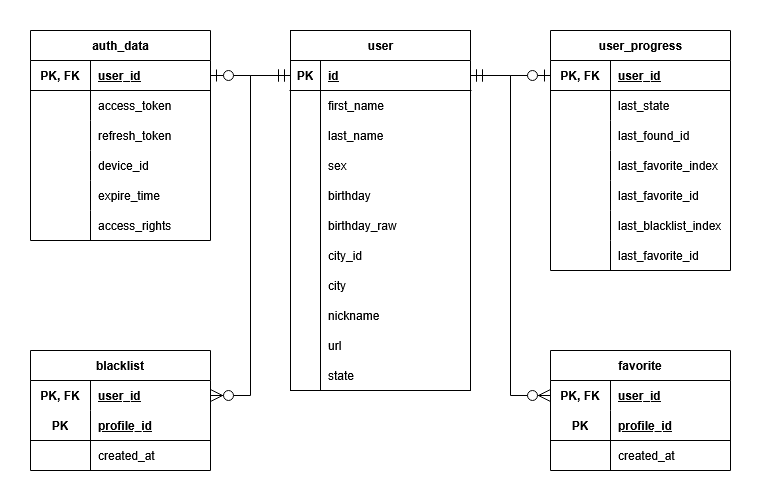
This is db_diagram.png from andrey0722/vkinder-vk-bot, a draw.io export, as it was before one commit. Source tidied: cells renumbered, new cells last; positions are measured from the earlier drawing's top-left corner, leaving out a move shared by most shapes.
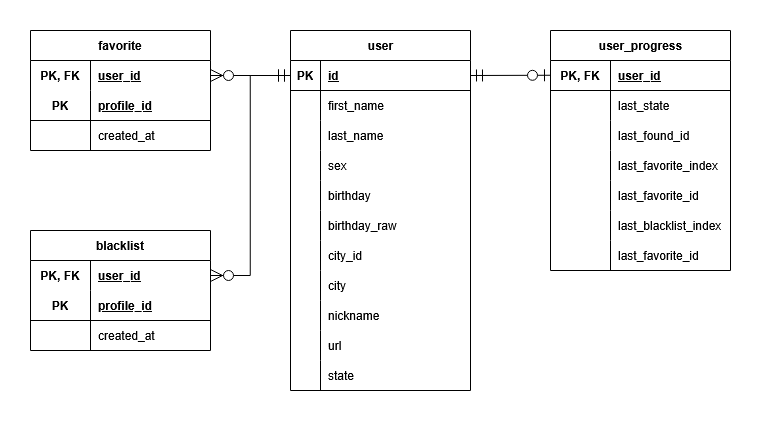
The same file after the commit.

What changed in the source:
```diff
@@ -170,74 +170,14 @@
     <mxCell id="57" value="last_favorite_id" style="shape=partialRectangle;fillColor=none;top=0;left=0;bottom=0;right=0;align=left;spacingLeft=6;overflow=hidden;whiteSpace=wrap;html=1;" parent="55" vertex="1">
       <mxGeometry x="60" width="120" height="30" as="geometry" />
     </mxCell>
-    <mxCell id="58" style="fontSize=12;html=1;endArrow=ERzeroToOne;startArrow=ERmandOne;rounded=0;endSize=10;startSize=10;exitX=0;exitY=0.5;exitDx=0;exitDy=0;entryX=1;entryY=0.5;entryDx=0;entryDy=0;edgeStyle=elbowEdgeStyle;elbow=vertical;" parent="1" edge="1" source="3" target="60">
-      <mxGeometry relative="1" as="geometry" />
-    </mxCell>
-    <mxCell id="59" value="auth_data" style="shape=table;startSize=30;rowLines=0;fontStyle=1;align=center;html=1;" parent="1" vertex="1">
-      <mxGeometry width="180" height="210" as="geometry" />
-    </mxCell>
-    <mxCell id="60" style="shape=tableRow;horizontal=0;startSize=0;swimlaneHead=0;swimlaneBody=0;fillColor=none;points=[[0,0.5],[1,0.5]];portConstraint=eastwest;top=0;left=0;right=0;bottom=1;" parent="59" vertex="1">
-      <mxGeometry y="30" width="180" height="30" as="geometry" />
-    </mxCell>
-    <mxCell id="61" value="PK, FK" style="shape=partialRectangle;fillColor=none;top=0;left=0;bottom=0;right=0;fontStyle=1;overflow=hidden;whiteSpace=wrap;html=1;" parent="60" vertex="1">
-      <mxGeometry width="60" height="30" as="geometry" />
-    </mxCell>
-    <mxCell id="62" value="user_id" style="shape=partialRectangle;fillColor=none;top=0;left=0;bottom=0;right=0;align=left;spacingLeft=6;fontStyle=5;overflow=hidden;whiteSpace=wrap;html=1;" parent="60" vertex="1">
-      <mxGeometry x="60" width="120" height="30" as="geometry" />
-    </mxCell>
-    <mxCell id="63" style="shape=tableRow;horizontal=0;startSize=0;swimlaneHead=0;swimlaneBody=0;fillColor=none;top=0;left=0;right=0;bottom=0;" parent="59" vertex="1">
-      <mxGeometry y="60" width="180" height="30" as="geometry" />
-    </mxCell>
-    <mxCell id="64" style="shape=partialRectangle;fillColor=none;top=0;left=0;bottom=0;right=0;overflow=hidden;whiteSpace=wrap;html=1;" parent="63" vertex="1">
-      <mxGeometry width="60" height="30" as="geometry" />
-    </mxCell>
-    <mxCell id="65" value="access_token" style="shape=partialRectangle;fillColor=none;top=0;left=0;bottom=0;right=0;align=left;spacingLeft=6;overflow=hidden;whiteSpace=wrap;html=1;" parent="63" vertex="1">
-      <mxGeometry x="60" width="120" height="30" as="geometry" />
-    </mxCell>
-    <mxCell id="66" style="shape=tableRow;horizontal=0;startSize=0;swimlaneHead=0;swimlaneBody=0;fillColor=none;top=0;left=0;right=0;bottom=0;" parent="59" vertex="1">
-      <mxGeometry y="90" width="180" height="30" as="geometry" />
-    </mxCell>
-    <mxCell id="67" style="shape=partialRectangle;fillColor=none;top=0;left=0;bottom=0;right=0;overflow=hidden;whiteSpace=wrap;html=1;" parent="66" vertex="1">
-      <mxGeometry width="60" height="30" as="geometry" />
-    </mxCell>
-    <mxCell id="68" value="refresh_token" style="shape=partialRectangle;fillColor=none;top=0;left=0;bottom=0;right=0;align=left;spacingLeft=6;overflow=hidden;whiteSpace=wrap;html=1;" parent="66" vertex="1">
-      <mxGeometry x="60" width="120" height="30" as="geometry" />
-    </mxCell>
-    <mxCell id="69" style="shape=tableRow;horizontal=0;startSize=0;swimlaneHead=0;swimlaneBody=0;fillColor=none;top=0;left=0;right=0;bottom=0;" parent="59" vertex="1">
-      <mxGeometry y="120" width="180" height="30" as="geometry" />
-    </mxCell>
-    <mxCell id="70" style="shape=partialRectangle;fillColor=none;top=0;left=0;bottom=0;right=0;overflow=hidden;whiteSpace=wrap;html=1;" parent="69" vertex="1">
-      <mxGeometry width="60" height="30" as="geometry" />
-    </mxCell>
-    <mxCell id="71" value="device_id" style="shape=partialRectangle;fillColor=none;top=0;left=0;bottom=0;right=0;align=left;spacingLeft=6;overflow=hidden;whiteSpace=wrap;html=1;" parent="69" vertex="1">
-      <mxGeometry x="60" width="120" height="30" as="geometry" />
-    </mxCell>
-    <mxCell id="72" style="shape=tableRow;horizontal=0;startSize=0;swimlaneHead=0;swimlaneBody=0;fillColor=none;top=0;left=0;right=0;bottom=0;" parent="59" vertex="1">
-      <mxGeometry y="150" width="180" height="30" as="geometry" />
-    </mxCell>
-    <mxCell id="73" style="shape=partialRectangle;fillColor=none;top=0;left=0;bottom=0;right=0;overflow=hidden;whiteSpace=wrap;html=1;" parent="72" vertex="1">
-      <mxGeometry width="60" height="30" as="geometry" />
-    </mxCell>
-    <mxCell id="74" value="expire_time" style="shape=partialRectangle;fillColor=none;top=0;left=0;bottom=0;right=0;align=left;spacingLeft=6;overflow=hidden;whiteSpace=wrap;html=1;" parent="72" vertex="1">
-      <mxGeometry x="60" width="120" height="30" as="geometry" />
-    </mxCell>
-    <mxCell id="75" style="shape=tableRow;horizontal=0;startSize=0;swimlaneHead=0;swimlaneBody=0;fillColor=none;top=0;left=0;right=0;bottom=0;" parent="59" vertex="1">
-      <mxGeometry y="180" width="180" height="30" as="geometry" />
-    </mxCell>
-    <mxCell id="76" style="shape=partialRectangle;fillColor=none;top=0;left=0;bottom=0;right=0;overflow=hidden;whiteSpace=wrap;html=1;" parent="75" vertex="1">
-      <mxGeometry width="60" height="30" as="geometry" />
-    </mxCell>
-    <mxCell id="77" value="access_rights" style="shape=partialRectangle;fillColor=none;top=0;left=0;bottom=0;right=0;align=left;spacingLeft=6;overflow=hidden;whiteSpace=wrap;html=1;" parent="75" vertex="1">
-      <mxGeometry x="60" width="120" height="30" as="geometry" />
-    </mxCell>
     <mxCell id="78" style="fontSize=12;html=1;endArrow=ERzeroToOne;startArrow=ERmandOne;rounded=0;endSize=10;startSize=10;exitX=1;exitY=0.5;exitDx=0;exitDy=0;entryX=0;entryY=0.5;entryDx=0;entryDy=0;edgeStyle=elbowEdgeStyle;elbow=vertical;" parent="1" edge="1" source="3" target="37">
       <mxGeometry relative="1" as="geometry" />
     </mxCell>
-    <mxCell id="79" style="edgeStyle=elbowEdgeStyle;fontSize=12;html=1;endArrow=ERzeroToMany;startArrow=ERmandOne;rounded=0;exitX=1;exitY=0.5;exitDx=0;exitDy=0;entryX=0;entryY=0.5;entryDx=0;entryDy=0;startSize=10;endSize=10;" parent="1" edge="1" source="3" target="81">
+    <mxCell id="79" style="edgeStyle=elbowEdgeStyle;fontSize=12;html=1;endArrow=ERzeroToMany;startArrow=ERmandOne;rounded=0;exitX=0;exitY=0.5;exitDx=0;exitDy=0;entryX=1;entryY=0.5;entryDx=0;entryDy=0;startSize=10;endSize=10;" parent="1" edge="1" source="3" target="81">
       <mxGeometry relative="1" as="geometry" />
     </mxCell>
     <mxCell id="80" value="favorite" style="shape=table;startSize=30;rowLines=0;fontStyle=1;align=center;html=1;whiteSpace=wrap;" parent="1" vertex="1">
-      <mxGeometry x="520" y="320" width="180" height="120" as="geometry" />
+      <mxGeometry width="180" height="120" as="geometry" />
     </mxCell>
     <mxCell id="81" style="shape=tableRow;horizontal=0;startSize=0;swimlaneHead=0;swimlaneBody=0;fillColor=none;points=[[0,0.5],[1,0.5]];portConstraint=eastwest;top=0;left=0;right=0;bottom=0;html=1;" parent="80" vertex="1">
       <mxGeometry y="30" width="180" height="30" as="geometry" />
@@ -267,7 +207,7 @@
       <mxGeometry x="60" width="120" height="30" as="geometry" />
     </mxCell>
     <mxCell id="90" value="blacklist" style="shape=table;startSize=30;rowLines=0;fontStyle=1;align=center;html=1;whiteSpace=wrap;" parent="1" vertex="1">
-      <mxGeometry y="320" width="180" height="120" as="geometry" />
+      <mxGeometry y="200" width="180" height="120" as="geometry" />
     </mxCell>
     <mxCell id="91" style="shape=tableRow;horizontal=0;startSize=0;swimlaneHead=0;swimlaneBody=0;fillColor=none;points=[[0,0.5],[1,0.5]];portConstraint=eastwest;top=0;left=0;right=0;bottom=0;html=1;" parent="90" vertex="1">
       <mxGeometry y="30" width="180" height="30" as="geometry" />
```
